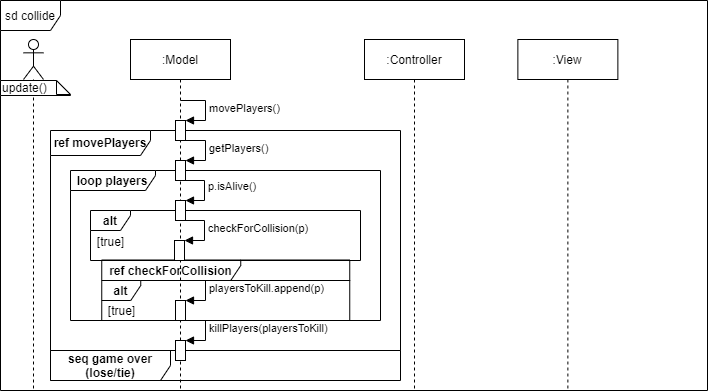
This is Doku/images/SD_UC5Collide.png from KjellooMelloo/gameoftrons, a draw.io export, as it was before one commit. Source tidied: cells renumbered, new cells last; positions are measured from the earlier drawing's top-left corner, leaving out a move shared by most shapes.
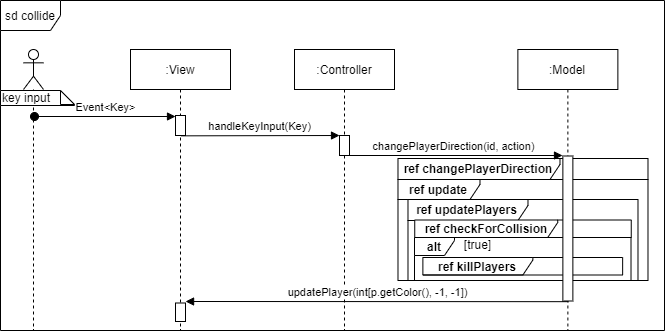
Later version of the same file.

Commit message:
added AD for relevant methods, updated doc, renamed movePlayers->updatePlayers, reworked sd4+5

The edit, as a diff of the source:
```diff
@@ -3,112 +3,74 @@
     <mxCell id="0" />
     <mxCell id="1" parent="0" />
     <mxCell id="2" value="sd collide" style="shape=umlFrame;whiteSpace=wrap;html=1;fillColor=#ffffff;" parent="1" vertex="1">
-      <mxGeometry width="707" height="390" as="geometry" />
+      <mxGeometry x="-827" width="664" height="330" as="geometry" />
     </mxCell>
-    <mxCell id="3" value="&lt;b&gt;seq game over (lose/tie)&lt;/b&gt;" style="shape=umlFrame;whiteSpace=wrap;html=1;width=120;height=30;" parent="1" vertex="1">
-      <mxGeometry x="50" y="350" width="350" height="30" as="geometry" />
+    <mxCell id="3" value="&lt;b&gt;ref update&lt;/b&gt;" style="shape=umlFrame;whiteSpace=wrap;html=1;fillColor=#ffffff;width=82;height=20;" parent="1" vertex="1">
+      <mxGeometry x="-429.5" y="179" width="250" height="101" as="geometry" />
     </mxCell>
-    <mxCell id="4" value="&lt;b&gt;ref movePlayers&lt;/b&gt;" style="shape=umlFrame;whiteSpace=wrap;html=1;width=100;height=25;" parent="1" vertex="1">
-      <mxGeometry x="50" y="130" width="350" height="220" as="geometry" />
+    <mxCell id="4" value="&lt;b&gt;ref updatePlayers&lt;/b&gt;" style="shape=umlFrame;whiteSpace=wrap;html=1;fillColor=#ffffff;width=120;height=21;" parent="1" vertex="1">
+      <mxGeometry x="-419.5" y="199" width="230" height="81" as="geometry" />
     </mxCell>
-    <mxCell id="5" value="&lt;b&gt;loop players&lt;/b&gt;" style="shape=umlFrame;whiteSpace=wrap;html=1;width=85;height=20;" parent="1" vertex="1">
-      <mxGeometry x="70" y="170" width="310" height="150" as="geometry" />
+    <mxCell id="5" value="&lt;b&gt;alt&lt;/b&gt;" style="shape=umlFrame;whiteSpace=wrap;html=1;fillColor=#ffffff;width=40;height=18;" parent="1" vertex="1">
+      <mxGeometry x="-413" y="237" width="216.5" height="43" as="geometry" />
     </mxCell>
-    <mxCell id="6" value="&lt;b&gt;ref checkForCollision&lt;/b&gt;" style="shape=umlFrame;whiteSpace=wrap;html=1;width=139;height=21;" parent="1" vertex="1">
-      <mxGeometry x="101.2" y="259.5" width="248" height="20.5" as="geometry" />
+    <mxCell id="6" value="&lt;b&gt;ref killPlayers&lt;/b&gt;" style="shape=umlFrame;whiteSpace=wrap;html=1;fillColor=#ffffff;width=110;height=21;" parent="1" vertex="1">
+      <mxGeometry x="-404.6" y="257" width="199.8" height="17.5" as="geometry" />
     </mxCell>
-    <mxCell id="7" value="&lt;b&gt;alt&lt;/b&gt;" style="shape=umlFrame;whiteSpace=wrap;html=1;width=39;height=20;" parent="1" vertex="1">
-      <mxGeometry x="101.2" y="280" width="248" height="40" as="geometry" />
+    <mxCell id="7" value="&lt;b&gt;ref changePlayerDirection&lt;/b&gt;" style="shape=umlFrame;whiteSpace=wrap;html=1;fillColor=#ffffff;width=162;height=21;" parent="1" vertex="1">
+      <mxGeometry x="-429.5" y="158" width="250" height="21" as="geometry" />
     </mxCell>
-    <mxCell id="8" value="&lt;b&gt;alt&lt;/b&gt;" style="shape=umlFrame;whiteSpace=wrap;html=1;width=40;height=20;" parent="1" vertex="1">
-      <mxGeometry x="90" y="210" width="270" height="50" as="geometry" />
+    <mxCell id="8" value="&lt;b&gt;ref checkForCollision&lt;/b&gt;" style="shape=umlFrame;whiteSpace=wrap;html=1;fillColor=#ffffff;width=143;height=18;" parent="1" vertex="1">
+      <mxGeometry x="-412.8" y="219.5" width="216.5" height="17.5" as="geometry" />
     </mxCell>
     <mxCell id="9" value=":Model" style="shape=umlLifeline;perimeter=lifelinePerimeter;whiteSpace=wrap;html=1;" parent="1" vertex="1">
-      <mxGeometry x="130" y="39" width="100" height="351" as="geometry" />
+      <mxGeometry x="-309.6" y="49" width="100" height="281" as="geometry" />
     </mxCell>
-    <mxCell id="10" style="html=1;points=[];perimeter=orthogonalPerimeter;" parent="9" vertex="1">
-      <mxGeometry x="45" y="161" width="10" height="20" as="geometry" />
+    <mxCell id="10" style="html=1;points=[];perimeter=orthogonalPerimeter;" parent="1" vertex="1">
+      <mxGeometry x="-264.6" y="155.5" width="10" height="145" as="geometry" />
     </mxCell>
-    <mxCell id="11" value="p.isAlive()" style="edgeStyle=orthogonalEdgeStyle;html=1;align=left;spacingLeft=2;endArrow=block;rounded=0;entryX=1;entryY=0;" parent="9" edge="1" target="10">
-      <mxGeometry relative="1" as="geometry">
-        <mxPoint x="49" y="141" as="sourcePoint" />
-        <Array as="points">
-          <mxPoint x="74" y="141" />
-        </Array>
-      </mxGeometry>
+    <mxCell id="11" value=":View" style="shape=umlLifeline;perimeter=lifelinePerimeter;whiteSpace=wrap;html=1;" parent="1" vertex="1">
+      <mxGeometry x="-697" y="49" width="100" height="281" as="geometry" />
     </mxCell>
-    <mxCell id="12" style="html=1;points=[];perimeter=orthogonalPerimeter;" parent="9" vertex="1">
-      <mxGeometry x="45" y="81" width="10" height="20" as="geometry" />
+    <mxCell id="12" style="html=1;points=[];perimeter=orthogonalPerimeter;" parent="11" vertex="1">
+      <mxGeometry x="45" y="66" width="10" height="20" as="geometry" />
     </mxCell>
-    <mxCell id="13" value="movePlayers()" style="edgeStyle=orthogonalEdgeStyle;html=1;align=left;spacingLeft=2;endArrow=block;rounded=0;entryX=1;entryY=0;" parent="9" edge="1" target="12">
-      <mxGeometry relative="1" as="geometry">
-        <mxPoint x="50" y="61" as="sourcePoint" />
-        <Array as="points">
-          <mxPoint x="75" y="61" />
-        </Array>
-      </mxGeometry>
+    <mxCell id="13" style="shape=umlLifeline;participant=umlActor;perimeter=lifelinePerimeter;whiteSpace=wrap;html=1;verticalAlign=top;spacingTop=36;labelBackgroundColor=#ffffff;" parent="1" vertex="1">
+      <mxGeometry x="-804" y="49" width="20" height="281" as="geometry" />
     </mxCell>
-    <mxCell id="14" style="html=1;points=[];perimeter=orthogonalPerimeter;" parent="9" vertex="1">
-      <mxGeometry x="45" y="121" width="10" height="20" as="geometry" />
+    <mxCell id="14" value=":Controller" style="shape=umlLifeline;perimeter=lifelinePerimeter;whiteSpace=wrap;html=1;outlineConnect=0;" parent="1" vertex="1">
+      <mxGeometry x="-533" y="49" width="100" height="281" as="geometry" />
     </mxCell>
-    <mxCell id="15" value="getPlayers()" style="edgeStyle=orthogonalEdgeStyle;html=1;align=left;spacingLeft=2;endArrow=block;rounded=0;entryX=1;entryY=0;" parent="9" edge="1" target="14">
-      <mxGeometry relative="1" as="geometry">
-        <mxPoint x="50" y="101" as="sourcePoint" />
-        <Array as="points">
-          <mxPoint x="75" y="101" />
-        </Array>
-      </mxGeometry>
+    <mxCell id="15" style="html=1;points=[];perimeter=orthogonalPerimeter;" parent="14" vertex="1">
+      <mxGeometry x="45" y="86" width="10" height="20" as="geometry" />
     </mxCell>
-    <mxCell id="16" style="html=1;points=[];perimeter=orthogonalPerimeter;" parent="9" vertex="1">
-      <mxGeometry x="44" y="201" width="10" height="20" as="geometry" />
+    <mxCell id="16" value="key input" style="shape=note;whiteSpace=wrap;html=1;size=14;verticalAlign=top;align=left;spacingTop=-6;" parent="1" vertex="1">
+      <mxGeometry x="-827" y="90" width="74" height="15" as="geometry" />
     </mxCell>
-    <mxCell id="17" value="checkForCollision(p)" style="edgeStyle=orthogonalEdgeStyle;html=1;align=left;spacingLeft=2;endArrow=block;rounded=0;entryX=1;entryY=0;" parent="9" edge="1" target="16">
+    <mxCell id="17" value="Event&amp;lt;Key&amp;gt;" style="html=1;verticalAlign=bottom;startArrow=oval;endArrow=block;startSize=8;" parent="1" edge="1" target="12">
       <mxGeometry relative="1" as="geometry">
-        <mxPoint x="49" y="181" as="sourcePoint" />
-        <Array as="points">
-          <mxPoint x="74" y="181" />
-        </Array>
+        <mxPoint x="-793" y="116" as="sourcePoint" />
       </mxGeometry>
     </mxCell>
-    <mxCell id="18" style="html=1;points=[];perimeter=orthogonalPerimeter;" parent="9" vertex="1">
-      <mxGeometry x="45" y="261" width="10" height="20" as="geometry" />
+    <mxCell id="18" value="handleKeyInput(Key)" style="html=1;verticalAlign=bottom;endArrow=block;entryX=0;entryY=0;exitX=0.567;exitY=1.017;exitDx=0;exitDy=0;exitPerimeter=0;" parent="1" edge="1" source="12" target="15">
+      <mxGeometry relative="1" as="geometry" />
     </mxCell>
-    <mxCell id="19" value="playersToKill.append(p)" style="edgeStyle=orthogonalEdgeStyle;html=1;align=left;spacingLeft=2;endArrow=block;rounded=0;entryX=1;entryY=0;" parent="9" edge="1" target="18">
+    <mxCell id="19" value="changePlayerDirection(id, action)" style="html=1;verticalAlign=bottom;endArrow=block;entryX=0;entryY=0;" parent="1" edge="1" source="14">
       <mxGeometry relative="1" as="geometry">
-        <mxPoint x="50" y="241" as="sourcePoint" />
-        <Array as="points">
-          <mxPoint x="75" y="241" />
-        </Array>
+        <mxPoint x="-265" y="155" as="targetPoint" />
       </mxGeometry>
     </mxCell>
-    <mxCell id="20" style="html=1;points=[];perimeter=orthogonalPerimeter;" parent="9" vertex="1">
-      <mxGeometry x="45" y="301" width="10" height="20" as="geometry" />
+    <mxCell id="20" style="html=1;points=[];perimeter=orthogonalPerimeter;" parent="1" vertex="1">
+      <mxGeometry x="-652" y="302.5" width="10" height="18.5" as="geometry" />
     </mxCell>
-    <mxCell id="21" value="killPlayers(playersToKill)" style="edgeStyle=orthogonalEdgeStyle;html=1;align=left;spacingLeft=2;endArrow=block;rounded=0;entryX=1;entryY=0;" parent="9" edge="1" target="20">
+    <mxCell id="21" value="updatePlayer(int[p.getColor(), -1, -1])" style="html=1;verticalAlign=bottom;endArrow=none;startArrow=block;startFill=1;endFill=0;" parent="1" edge="1">
       <mxGeometry relative="1" as="geometry">
-        <mxPoint x="50" y="281" as="sourcePoint" />
-        <Array as="points">
-          <mxPoint x="75" y="281" />
-        </Array>
+        <mxPoint x="-641.9" y="301" as="sourcePoint" />
+        <mxPoint x="-259.1" y="301.2" as="targetPoint" />
       </mxGeometry>
     </mxCell>
-    <mxCell id="22" style="shape=umlLifeline;participant=umlActor;perimeter=lifelinePerimeter;whiteSpace=wrap;html=1;verticalAlign=top;spacingTop=36;labelBackgroundColor=#ffffff;" parent="1" vertex="1">
-      <mxGeometry x="23" y="39" width="20" height="351" as="geometry" />
+    <mxCell id="22" value="[true]" style="text;html=1;align=center;verticalAlign=middle;" parent="1" vertex="1">
+      <mxGeometry x="-370" y="234.5" width="40" height="20" as="geometry" />
     </mxCell>
-    <mxCell id="23" value=":Controller" style="shape=umlLifeline;perimeter=lifelinePerimeter;whiteSpace=wrap;html=1;" parent="1" vertex="1">
-      <mxGeometry x="364" y="39" width="100" height="351" as="geometry" />
-    </mxCell>
-    <mxCell id="24" value=":View" style="shape=umlLifeline;perimeter=lifelinePerimeter;whiteSpace=wrap;html=1;" parent="1" vertex="1">
-      <mxGeometry x="517.4" y="39" width="100" height="351" as="geometry" />
-    </mxCell>
-    <mxCell id="25" value="update()" style="shape=note;whiteSpace=wrap;html=1;size=14;verticalAlign=top;align=left;spacingTop=-6;" parent="1" vertex="1">
-      <mxGeometry y="80" width="70" height="15" as="geometry" />
-    </mxCell>
-    <mxCell id="26" value="[true]" style="text;html=1;align=center;verticalAlign=middle;" parent="1" vertex="1">
-      <mxGeometry x="90" y="231" width="40" height="20" as="geometry" />
-    </mxCell>
-    <mxCell id="27" value="[true]" style="text;html=1;align=center;verticalAlign=middle;" parent="1" vertex="1">
-      <mxGeometry x="101.2" y="300" width="40" height="20" as="geometry" />
-    </mxCell>
   </root>
 </mxGraphModel>
```
